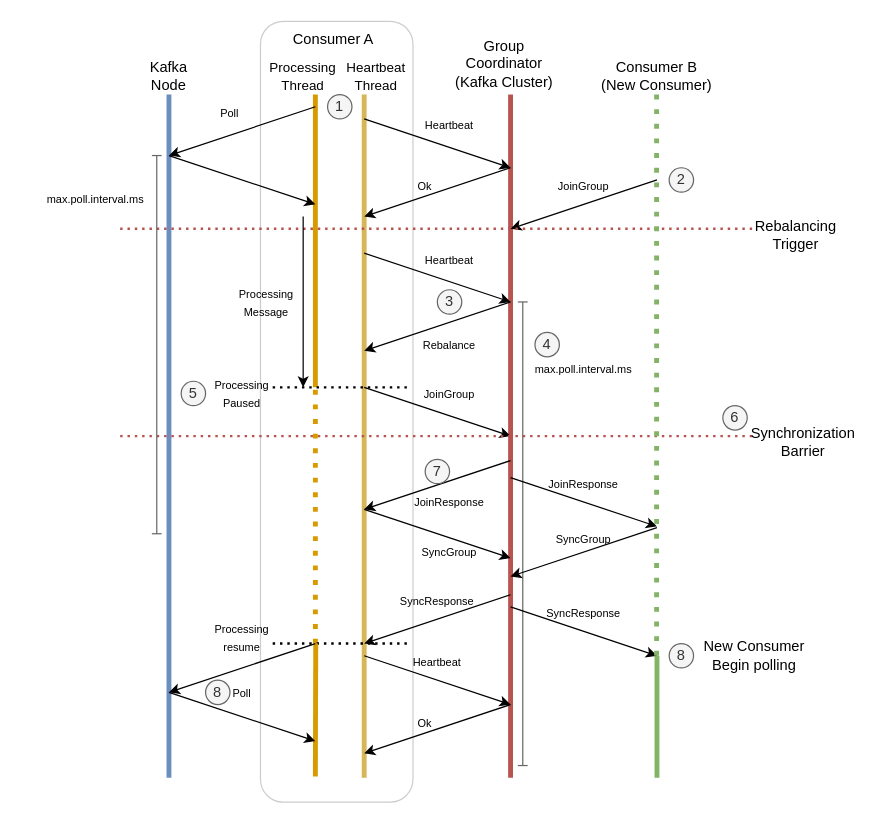
This is drawio/kafka/kafka-rebalancing-bg-info-8.drawio from windowforsun/blog, a draw.io file, before an edit. Source tidied: cells renumbered, new cells numbered last; positions are measured from the earlier drawing's top-left corner, leaving out a move shared by most shapes. Both pictures are drawn from the tidied source at 122%, with x=0, y=0 at pixel (59, 21).
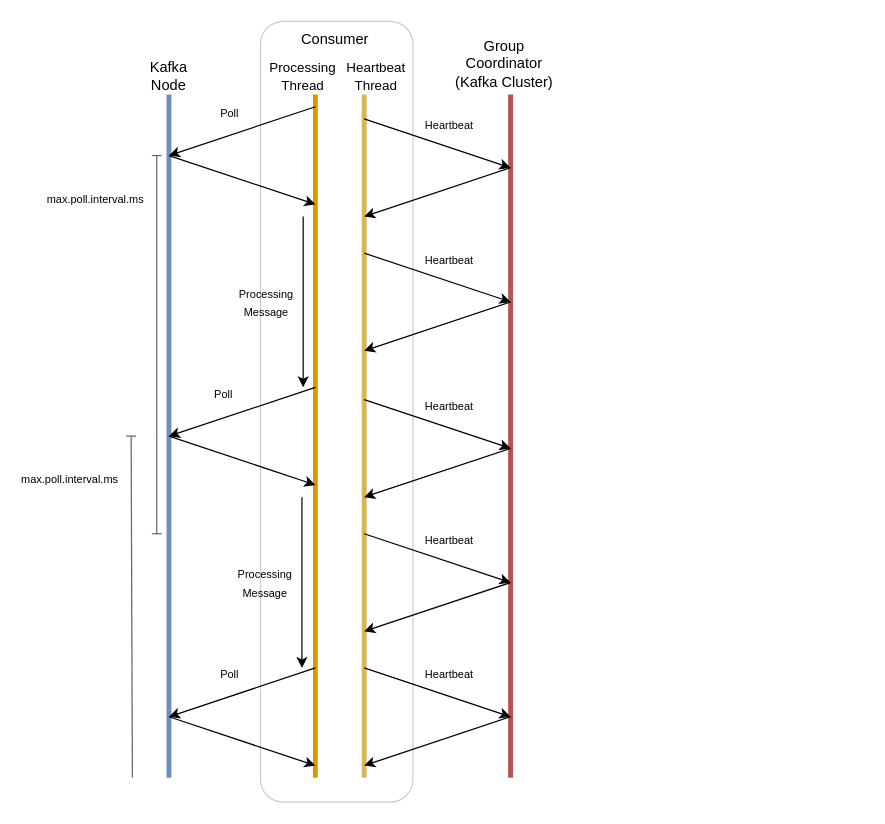
The same page after the edit.

What changed in the source:
```diff
@@
     <mxCell id="5" style="endArrow=none;html=1;rounded=0;fillColor=#ffe6cc;strokeColor=#d79b00;strokeWidth=4;jumpStyle=none;" parent="1" edge="1">
       <mxGeometry relative="1" as="geometry">
-        <mxPoint x="210" y="300" as="sourcePoint" />
+        <mxPoint x="210" y="620" as="sourcePoint" />
         <mxPoint x="210" y="60" as="targetPoint" />
       </mxGeometry>
     </mxCell>
-    <mxCell id="6" value="Consumer A" style="text;html=1;strokeColor=none;fillColor=none;align=center;verticalAlign=middle;whiteSpace=wrap;rounded=0;" parent="1" vertex="1">
-      <mxGeometry x="190" width="70" height="30" as="geometry" />
+    <mxCell id="6" value="Consumer&amp;nbsp;" style="text;html=1;strokeColor=none;fillColor=none;align=center;verticalAlign=middle;whiteSpace=wrap;rounded=0;" parent="1" vertex="1">
+      <mxGeometry x="192.5" width="70" height="30" as="geometry" />
     </mxCell>
@@
-    <mxCell id="10" style="endArrow=none;html=1;rounded=0;fillColor=#d5e8d4;strokeColor=#82b366;strokeWidth=4;" parent="1" edge="1">
-      <mxGeometry relative="1" as="geometry">
-        <mxPoint x="490" y="620" as="sourcePoint" />
-        <mxPoint x="490" y="520" as="targetPoint" />
-      </mxGeometry>
-    </mxCell>
-    <mxCell id="11" value="Consumer B&lt;br&gt;(New Consumer)" style="text;html=1;strokeColor=none;fillColor=none;align=center;verticalAlign=middle;whiteSpace=wrap;rounded=0;" parent="1" vertex="1">
-      <mxGeometry x="440" y="30" width="100" height="30" as="geometry" />
-    </mxCell>
@@
-    <mxCell id="18" value="&lt;font style=&quot;font-size: 9px;&quot;&gt;Ok&lt;/font&gt;" style="text;html=1;strokeColor=none;fillColor=none;align=center;verticalAlign=middle;whiteSpace=wrap;rounded=0;" parent="1" vertex="1">
-      <mxGeometry x="270" y="120" width="60" height="30" as="geometry" />
-    </mxCell>
@@
-    <mxCell id="21" style="endArrow=classic;html=1;rounded=0;" parent="1" edge="1">
-      <mxGeometry relative="1" as="geometry">
-        <mxPoint x="490" y="130" as="sourcePoint" />
-        <mxPoint x="370" y="170" as="targetPoint" />
-      </mxGeometry>
-    </mxCell>
-    <mxCell id="22" value="&lt;font style=&quot;font-size: 9px;&quot;&gt;JoinGroup&lt;/font&gt;" style="text;html=1;strokeColor=none;fillColor=none;align=center;verticalAlign=middle;whiteSpace=wrap;rounded=0;" parent="1" vertex="1">
-      <mxGeometry x="400" y="120" width="60" height="30" as="geometry" />
-    </mxCell>
-    <mxCell id="23" style="endArrow=none;dashed=1;html=1;rounded=0;fillColor=#f8cecc;strokeColor=#b85450;strokeWidth=2;dashPattern=1 2;" parent="1" edge="1">
-      <mxGeometry relative="1" as="geometry">
-        <mxPoint x="50" y="170" as="sourcePoint" />
-        <mxPoint x="570" y="170" as="targetPoint" />
-      </mxGeometry>
-    </mxCell>
-    <mxCell id="24" value="Rebalancing Trigger" style="text;html=1;strokeColor=none;fillColor=none;align=center;verticalAlign=middle;whiteSpace=wrap;rounded=0;" parent="1" vertex="1">
-      <mxGeometry x="554" y="160" width="100" height="30" as="geometry" />
-    </mxCell>
@@
-    <mxCell id="27" value="1" style="ellipse;whiteSpace=wrap;html=1;fillColor=#f5f5f5;fontColor=#333333;strokeColor=#666666;" parent="1" vertex="1">
-      <mxGeometry x="220" y="60" width="20" height="20" as="geometry" />
-    </mxCell>
-    <mxCell id="28" value="2" style="ellipse;whiteSpace=wrap;html=1;fillColor=#f5f5f5;fontColor=#333333;strokeColor=#666666;" parent="1" vertex="1">
-      <mxGeometry x="500" y="120" width="20" height="20" as="geometry" />
-    </mxCell>
-    <mxCell id="29" value="3" style="ellipse;whiteSpace=wrap;html=1;fillColor=#f5f5f5;fontColor=#333333;strokeColor=#666666;" parent="1" vertex="1">
-      <mxGeometry x="310" y="220" width="20" height="20" as="geometry" />
-    </mxCell>
-    <mxCell id="30" style="html=1;rounded=0;startArrow=baseDash;startFill=0;endArrow=baseDash;endFill=0;fillColor=#f5f5f5;strokeColor=#666666;" parent="1" edge="1">
-      <mxGeometry relative="1" as="geometry">
-        <mxPoint x="380" y="230" as="sourcePoint" />
-        <mxPoint x="380" y="610" as="targetPoint" />
-      </mxGeometry>
-    </mxCell>
-    <mxCell id="31" value="4" style="ellipse;whiteSpace=wrap;html=1;fillColor=#f5f5f5;fontColor=#333333;strokeColor=#666666;" parent="1" vertex="1">
-      <mxGeometry x="390" y="255" width="20" height="20" as="geometry" />
-    </mxCell>
-    <mxCell id="32" value="&lt;font style=&quot;font-size: 9px;&quot;&gt;max.poll.interval.ms&lt;/font&gt;" style="text;html=1;strokeColor=none;fillColor=none;align=center;verticalAlign=middle;whiteSpace=wrap;rounded=0;" parent="1" vertex="1">
-      <mxGeometry x="400" y="270" width="60" height="30" as="geometry" />
-    </mxCell>
@@
-    <mxCell id="34" value="&lt;font style=&quot;font-size: 9px;&quot;&gt;Rebalance&lt;/font&gt;" style="text;html=1;strokeColor=none;fillColor=none;align=center;verticalAlign=middle;whiteSpace=wrap;rounded=0;" parent="1" vertex="1">
-      <mxGeometry x="290" y="250" width="60" height="30" as="geometry" />
-    </mxCell>
-    <mxCell id="35" style="endArrow=classic;html=1;rounded=0;" parent="1" edge="1">
-      <mxGeometry relative="1" as="geometry">
-        <mxPoint x="250" y="300" as="sourcePoint" />
-        <mxPoint x="370" y="340" as="targetPoint" />
-      </mxGeometry>
-    </mxCell>
-    <mxCell id="36" value="&lt;font style=&quot;font-size: 9px;&quot;&gt;JoinGroup&lt;/font&gt;" style="text;html=1;strokeColor=none;fillColor=none;align=center;verticalAlign=middle;whiteSpace=wrap;rounded=0;" parent="1" vertex="1">
-      <mxGeometry x="290" y="290" width="60" height="30" as="geometry" />
-    </mxCell>
@@
-    <mxCell id="39" style="endArrow=none;dashed=1;html=1;rounded=0;strokeWidth=2;dashPattern=1 2;" parent="1" edge="1">
-      <mxGeometry relative="1" as="geometry">
-        <mxPoint x="175" y="300" as="sourcePoint" />
-        <mxPoint x="285" y="300" as="targetPoint" />
-      </mxGeometry>
-    </mxCell>
-    <mxCell id="40" value="&lt;font style=&quot;font-size: 9px;&quot;&gt;Processing Paused&lt;/font&gt;" style="text;html=1;strokeColor=none;fillColor=none;align=center;verticalAlign=middle;whiteSpace=wrap;rounded=0;" parent="1" vertex="1">
-      <mxGeometry x="120" y="290" width="60" height="30" as="geometry" />
-    </mxCell>
-    <mxCell id="41" value="5" style="ellipse;whiteSpace=wrap;html=1;fillColor=#f5f5f5;fontColor=#333333;strokeColor=#666666;" parent="1" vertex="1">
-      <mxGeometry x="100" y="295" width="20" height="20" as="geometry" />
-    </mxCell>
-    <mxCell id="42" style="endArrow=none;dashed=1;html=1;rounded=0;fillColor=#f8cecc;strokeColor=#b85450;strokeWidth=2;dashPattern=1 2;" parent="1" edge="1">
-      <mxGeometry relative="1" as="geometry">
-        <mxPoint x="50" y="340" as="sourcePoint" />
-        <mxPoint x="570" y="340" as="targetPoint" />
-      </mxGeometry>
-    </mxCell>
-    <mxCell id="43" value="Synchronization&lt;br&gt;Barrier" style="text;html=1;strokeColor=none;fillColor=none;align=center;verticalAlign=middle;whiteSpace=wrap;rounded=0;" parent="1" vertex="1">
-      <mxGeometry x="560" y="330" width="100" height="30" as="geometry" />
-    </mxCell>
-    <mxCell id="44" value="6" style="ellipse;whiteSpace=wrap;html=1;fillColor=#f5f5f5;fontColor=#333333;strokeColor=#666666;" parent="1" vertex="1">
-      <mxGeometry x="544" y="315" width="20" height="20" as="geometry" />
-    </mxCell>
-    <mxCell id="45" style="endArrow=none;html=1;rounded=0;fillColor=#ffe6cc;strokeColor=#d79b00;strokeWidth=4;jumpStyle=none;dashed=1;dashPattern=1 2;" parent="1" edge="1">
-      <mxGeometry relative="1" as="geometry">
-        <mxPoint x="210" y="510" as="sourcePoint" />
-        <mxPoint x="210" y="300" as="targetPoint" />
-      </mxGeometry>
-    </mxCell>
-    <mxCell id="46" style="endArrow=classic;html=1;rounded=0;" parent="1" edge="1">
-      <mxGeometry relative="1" as="geometry">
-        <mxPoint x="370" y="360" as="sourcePoint" />
-        <mxPoint x="250" y="400" as="targetPoint" />
-      </mxGeometry>
-    </mxCell>
-    <mxCell id="47" value="&lt;font style=&quot;font-size: 9px;&quot;&gt;JoinResponse&lt;/font&gt;" style="text;html=1;strokeColor=none;fillColor=none;align=center;verticalAlign=middle;whiteSpace=wrap;rounded=0;" parent="1" vertex="1">
-      <mxGeometry x="290" y="379" width="60" height="30" as="geometry" />
-    </mxCell>
-    <mxCell id="48" value="7" style="ellipse;whiteSpace=wrap;html=1;fillColor=#f5f5f5;fontColor=#333333;strokeColor=#666666;" parent="1" vertex="1">
-      <mxGeometry x="300" y="359" width="20" height="20" as="geometry" />
-    </mxCell>
-    <mxCell id="49" style="endArrow=classic;html=1;rounded=0;" parent="1" edge="1">
-      <mxGeometry relative="1" as="geometry">
-        <mxPoint x="250" y="400" as="sourcePoint" />
-        <mxPoint x="370" y="440" as="targetPoint" />
-      </mxGeometry>
-    </mxCell>
-    <mxCell id="50" value="&lt;font style=&quot;font-size: 9px;&quot;&gt;SyncGroup&lt;/font&gt;" style="text;html=1;strokeColor=none;fillColor=none;align=center;verticalAlign=middle;whiteSpace=wrap;rounded=0;" parent="1" vertex="1">
-      <mxGeometry x="290" y="420" width="60" height="30" as="geometry" />
-    </mxCell>
-    <mxCell id="51" style="endArrow=classic;html=1;rounded=0;" parent="1" edge="1">
-      <mxGeometry relative="1" as="geometry">
-        <mxPoint x="370" y="374" as="sourcePoint" />
-        <mxPoint x="490" y="414" as="targetPoint" />
-      </mxGeometry>
-    </mxCell>
-    <mxCell id="52" value="&lt;font style=&quot;font-size: 9px;&quot;&gt;JoinResponse&lt;/font&gt;" style="text;html=1;strokeColor=none;fillColor=none;align=center;verticalAlign=middle;whiteSpace=wrap;rounded=0;" parent="1" vertex="1">
-      <mxGeometry x="400" y="364" width="60" height="30" as="geometry" />
-    </mxCell>
-    <mxCell id="53" style="endArrow=classic;html=1;rounded=0;" parent="1" edge="1">
-      <mxGeometry relative="1" as="geometry">
-        <mxPoint x="490" y="415" as="sourcePoint" />
-        <mxPoint x="370" y="455" as="targetPoint" />
-      </mxGeometry>
-    </mxCell>
-    <mxCell id="54" value="&lt;font style=&quot;font-size: 9px;&quot;&gt;SyncGroup&lt;/font&gt;" style="text;html=1;strokeColor=none;fillColor=none;align=center;verticalAlign=middle;whiteSpace=wrap;rounded=0;" parent="1" vertex="1">
-      <mxGeometry x="400" y="409" width="60" height="30" as="geometry" />
-    </mxCell>
-    <mxCell id="55" style="endArrow=classic;html=1;rounded=0;" parent="1" edge="1">
-      <mxGeometry relative="1" as="geometry">
-        <mxPoint x="370" y="470" as="sourcePoint" />
-        <mxPoint x="250" y="510" as="targetPoint" />
-      </mxGeometry>
-    </mxCell>
-    <mxCell id="56" value="&lt;font style=&quot;font-size: 9px;&quot;&gt;SyncResponse&lt;/font&gt;" style="text;html=1;strokeColor=none;fillColor=none;align=center;verticalAlign=middle;whiteSpace=wrap;rounded=0;" parent="1" vertex="1">
-      <mxGeometry x="280" y="460" width="60" height="30" as="geometry" />
-    </mxCell>
-    <mxCell id="57" style="endArrow=classic;html=1;rounded=0;" parent="1" edge="1">
-      <mxGeometry relative="1" as="geometry">
-        <mxPoint x="250" y="520" as="sourcePoint" />
-        <mxPoint x="370" y="560" as="targetPoint" />
-      </mxGeometry>
-    </mxCell>
-    <mxCell id="58" style="endArrow=none;dashed=1;html=1;rounded=0;strokeWidth=2;dashPattern=1 2;" parent="1" edge="1">
-      <mxGeometry relative="1" as="geometry">
-        <mxPoint x="175" y="510" as="sourcePoint" />
-        <mxPoint x="285" y="510" as="targetPoint" />
-      </mxGeometry>
-    </mxCell>
-    <mxCell id="59" value="&lt;font style=&quot;font-size: 9px;&quot;&gt;Processing&lt;br&gt;resume&lt;br&gt;&lt;/font&gt;" style="text;html=1;strokeColor=none;fillColor=none;align=center;verticalAlign=middle;whiteSpace=wrap;rounded=0;" parent="1" vertex="1">
-      <mxGeometry x="120" y="490" width="60" height="30" as="geometry" />
-    </mxCell>
-    <mxCell id="60" style="endArrow=none;html=1;rounded=0;fillColor=#ffe6cc;strokeColor=#d79b00;strokeWidth=4;jumpStyle=none;" parent="1" edge="1">
-      <mxGeometry relative="1" as="geometry">
-        <mxPoint x="210" y="619" as="sourcePoint" />
-        <mxPoint x="210.3" y="510" as="targetPoint" />
-      </mxGeometry>
-    </mxCell>
-    <mxCell id="61" value="&lt;font style=&quot;font-size: 9px;&quot;&gt;Heartbeat&lt;/font&gt;" style="text;html=1;strokeColor=none;fillColor=none;align=center;verticalAlign=middle;whiteSpace=wrap;rounded=0;" parent="1" vertex="1">
-      <mxGeometry x="280" y="510" width="60" height="30" as="geometry" />
-    </mxCell>
     <mxCell id="62" style="endArrow=classic;html=1;rounded=0;" parent="1" edge="1">
       <mxGeometry relative="1" as="geometry">
-        <mxPoint x="210" y="510" as="sourcePoint" />
-        <mxPoint x="90" y="550" as="targetPoint" />
+        <mxPoint x="210" y="300" as="sourcePoint" />
+        <mxPoint x="90" y="340" as="targetPoint" />
       </mxGeometry>
     </mxCell>
     <mxCell id="63" style="endArrow=classic;html=1;rounded=0;" parent="1" edge="1">
       <mxGeometry relative="1" as="geometry">
-        <mxPoint x="90" y="550" as="sourcePoint" />
-        <mxPoint x="210" y="590" as="targetPoint" />
+        <mxPoint x="90" y="340" as="sourcePoint" />
+        <mxPoint x="210" y="380" as="targetPoint" />
       </mxGeometry>
     </mxCell>
-    <mxCell id="64" value="&lt;font style=&quot;font-size: 9px;&quot;&gt;Poll&lt;/font&gt;" style="text;html=1;strokeColor=none;fillColor=none;align=center;verticalAlign=middle;whiteSpace=wrap;rounded=0;" parent="1" vertex="1">
-      <mxGeometry x="120" y="535" width="60" height="30" as="geometry" />
-    </mxCell>
-    <mxCell id="65" value="8" style="ellipse;whiteSpace=wrap;html=1;fillColor=#f5f5f5;fontColor=#333333;strokeColor=#666666;" parent="1" vertex="1">
-      <mxGeometry x="120" y="540" width="20" height="20" as="geometry" />
-    </mxCell>
-    <mxCell id="66" style="endArrow=classic;html=1;rounded=0;" parent="1" edge="1">
-      <mxGeometry relative="1" as="geometry">
-        <mxPoint x="370" y="560" as="sourcePoint" />
-        <mxPoint x="250" y="600" as="targetPoint" />
-      </mxGeometry>
-    </mxCell>
-    <mxCell id="67" value="&lt;font style=&quot;font-size: 9px;&quot;&gt;Ok&lt;/font&gt;" style="text;html=1;strokeColor=none;fillColor=none;align=center;verticalAlign=middle;whiteSpace=wrap;rounded=0;" parent="1" vertex="1">
-      <mxGeometry x="270" y="560" width="60" height="30" as="geometry" />
-    </mxCell>
-    <mxCell id="68" style="endArrow=classic;html=1;rounded=0;" parent="1" edge="1">
-      <mxGeometry relative="1" as="geometry">
-        <mxPoint x="370" y="480" as="sourcePoint" />
-        <mxPoint x="490" y="520" as="targetPoint" />
-      </mxGeometry>
-    </mxCell>
-    <mxCell id="69" value="&lt;font style=&quot;font-size: 9px;&quot;&gt;SyncResponse&lt;/font&gt;" style="text;html=1;strokeColor=none;fillColor=none;align=center;verticalAlign=middle;whiteSpace=wrap;rounded=0;" parent="1" vertex="1">
-      <mxGeometry x="400" y="470" width="60" height="30" as="geometry" />
-    </mxCell>
-    <mxCell id="70" value="8" style="ellipse;whiteSpace=wrap;html=1;fillColor=#f5f5f5;fontColor=#333333;strokeColor=#666666;" parent="1" vertex="1">
-      <mxGeometry x="500" y="510" width="20" height="20" as="geometry" />
-    </mxCell>
-    <mxCell id="71" style="endArrow=none;html=1;rounded=0;fillColor=#d5e8d4;strokeColor=#82b366;strokeWidth=4;dashed=1;dashPattern=1 2;" parent="1" edge="1">
-      <mxGeometry relative="1" as="geometry">
-        <mxPoint x="489.7" y="520" as="sourcePoint" />
-        <mxPoint x="489.7" y="60" as="targetPoint" />
-      </mxGeometry>
-    </mxCell>
-    <mxCell id="72" value="New Consumer&lt;br&gt;Begin polling" style="text;html=1;strokeColor=none;fillColor=none;align=center;verticalAlign=middle;whiteSpace=wrap;rounded=0;" parent="1" vertex="1">
-      <mxGeometry x="520" y="505" width="100" height="30" as="geometry" />
-    </mxCell>
@@
+    <mxCell id="75" style="endArrow=classic;html=1;rounded=0;" parent="1" edge="1">
+      <mxGeometry relative="1" as="geometry">
+        <mxPoint x="199" y="390" as="sourcePoint" />
+        <mxPoint x="199" y="530" as="targetPoint" />
+      </mxGeometry>
+    </mxCell>
+    <mxCell id="76" value="&lt;font style=&quot;font-size: 9px;&quot;&gt;Processing&lt;br&gt;Message&lt;br&gt;&lt;/font&gt;" style="text;html=1;strokeColor=none;fillColor=none;align=center;verticalAlign=middle;whiteSpace=wrap;rounded=0;" parent="1" vertex="1">
+      <mxGeometry x="139" y="445" width="60" height="30" as="geometry" />
+    </mxCell>
+    <mxCell id="77" style="endArrow=classic;html=1;rounded=0;" parent="1" edge="1">
+      <mxGeometry relative="1" as="geometry">
+        <mxPoint x="250" y="310" as="sourcePoint" />
+        <mxPoint x="370" y="350" as="targetPoint" />
+      </mxGeometry>
+    </mxCell>
+    <mxCell id="78" style="endArrow=classic;html=1;rounded=0;" parent="1" edge="1">
+      <mxGeometry relative="1" as="geometry">
+        <mxPoint x="370" y="350" as="sourcePoint" />
+        <mxPoint x="250" y="390" as="targetPoint" />
+      </mxGeometry>
+    </mxCell>
+    <mxCell id="79" style="endArrow=classic;html=1;rounded=0;" parent="1" edge="1">
+      <mxGeometry relative="1" as="geometry">
+        <mxPoint x="250" y="420" as="sourcePoint" />
+        <mxPoint x="370" y="460" as="targetPoint" />
+      </mxGeometry>
+    </mxCell>
+    <mxCell id="80" style="endArrow=classic;html=1;rounded=0;" parent="1" edge="1">
+      <mxGeometry relative="1" as="geometry">
+        <mxPoint x="370" y="460" as="sourcePoint" />
+        <mxPoint x="250" y="500" as="targetPoint" />
+      </mxGeometry>
+    </mxCell>
+    <mxCell id="81" style="endArrow=classic;html=1;rounded=0;" parent="1" edge="1">
+      <mxGeometry relative="1" as="geometry">
+        <mxPoint x="250" y="530" as="sourcePoint" />
+        <mxPoint x="370" y="570" as="targetPoint" />
+      </mxGeometry>
+    </mxCell>
+    <mxCell id="82" style="endArrow=classic;html=1;rounded=0;" parent="1" edge="1">
+      <mxGeometry relative="1" as="geometry">
+        <mxPoint x="370" y="570" as="sourcePoint" />
+        <mxPoint x="250" y="610" as="targetPoint" />
+      </mxGeometry>
+    </mxCell>
+    <mxCell id="83" value="&lt;font style=&quot;font-size: 9px;&quot;&gt;Heartbeat&lt;/font&gt;" style="text;html=1;strokeColor=none;fillColor=none;align=center;verticalAlign=middle;whiteSpace=wrap;rounded=0;" parent="1" vertex="1">
+      <mxGeometry x="290" y="300" width="60" height="30" as="geometry" />
+    </mxCell>
+    <mxCell id="84" value="&lt;font style=&quot;font-size: 9px;&quot;&gt;Heartbeat&lt;/font&gt;" style="text;html=1;strokeColor=none;fillColor=none;align=center;verticalAlign=middle;whiteSpace=wrap;rounded=0;" parent="1" vertex="1">
+      <mxGeometry x="290" y="410" width="60" height="30" as="geometry" />
+    </mxCell>
+    <mxCell id="85" value="&lt;font style=&quot;font-size: 9px;&quot;&gt;Heartbeat&lt;/font&gt;" style="text;html=1;strokeColor=none;fillColor=none;align=center;verticalAlign=middle;whiteSpace=wrap;rounded=0;" parent="1" vertex="1">
+      <mxGeometry x="290" y="520" width="60" height="30" as="geometry" />
+    </mxCell>
+    <mxCell id="86" style="endArrow=classic;html=1;rounded=0;" parent="1" edge="1">
+      <mxGeometry relative="1" as="geometry">
+        <mxPoint x="210" y="530" as="sourcePoint" />
+        <mxPoint x="90" y="570" as="targetPoint" />
+      </mxGeometry>
+    </mxCell>
+    <mxCell id="87" style="endArrow=classic;html=1;rounded=0;" parent="1" edge="1">
+      <mxGeometry relative="1" as="geometry">
+        <mxPoint x="90" y="570" as="sourcePoint" />
+        <mxPoint x="210" y="610" as="targetPoint" />
+      </mxGeometry>
+    </mxCell>
+    <mxCell id="88" style="html=1;rounded=0;startArrow=baseDash;startFill=0;endArrow=none;endFill=0;fillColor=#f5f5f5;strokeColor=#666666;" parent="1" edge="1">
+      <mxGeometry relative="1" as="geometry">
+        <mxPoint x="59" y="340" as="sourcePoint" />
+        <mxPoint x="60" y="620" as="targetPoint" />
+      </mxGeometry>
+    </mxCell>
+    <mxCell id="32" value="&lt;font style=&quot;font-size: 9px;&quot;&gt;max.poll.interval.ms&lt;/font&gt;" style="text;html=1;strokeColor=none;fillColor=none;align=center;verticalAlign=middle;whiteSpace=wrap;rounded=0;" parent="1" vertex="1">
+      <mxGeometry x="-21" y="360" width="60" height="30" as="geometry" />
+    </mxCell>
+    <mxCell id="89" value="&lt;font style=&quot;font-size: 9px;&quot;&gt;Poll&lt;/font&gt;" style="text;html=1;strokeColor=none;fillColor=none;align=center;verticalAlign=middle;whiteSpace=wrap;rounded=0;" parent="1" vertex="1">
+      <mxGeometry x="105" y="290" width="60" height="30" as="geometry" />
+    </mxCell>
+    <mxCell id="90" value="&lt;font style=&quot;font-size: 9px;&quot;&gt;Poll&lt;/font&gt;" style="text;html=1;strokeColor=none;fillColor=none;align=center;verticalAlign=middle;whiteSpace=wrap;rounded=0;" parent="1" vertex="1">
+      <mxGeometry x="110" y="520" width="60" height="30" as="geometry" />
+    </mxCell>
```
